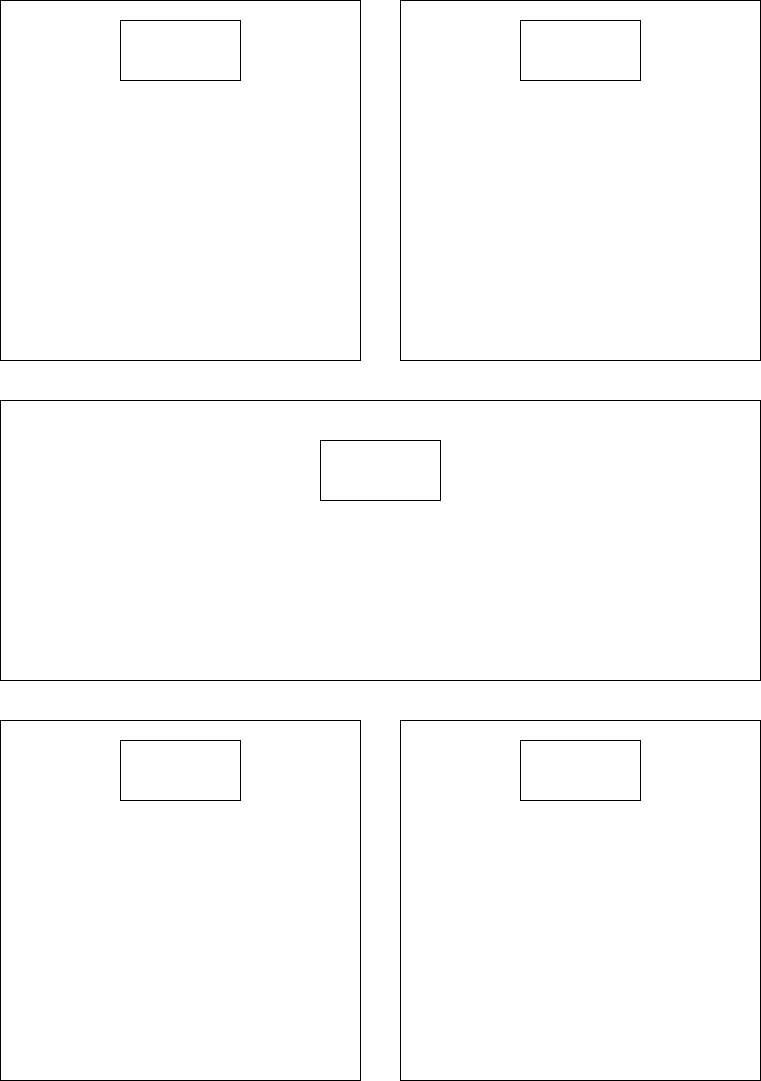
The draw.io diagram Plans/技术架构.png in 1228785484/RentHouseThing, before a commit. Source tidied: cells renumbered, new cells last; positions are measured from the earlier drawing's top-left corner, leaving out a move shared by most shapes.
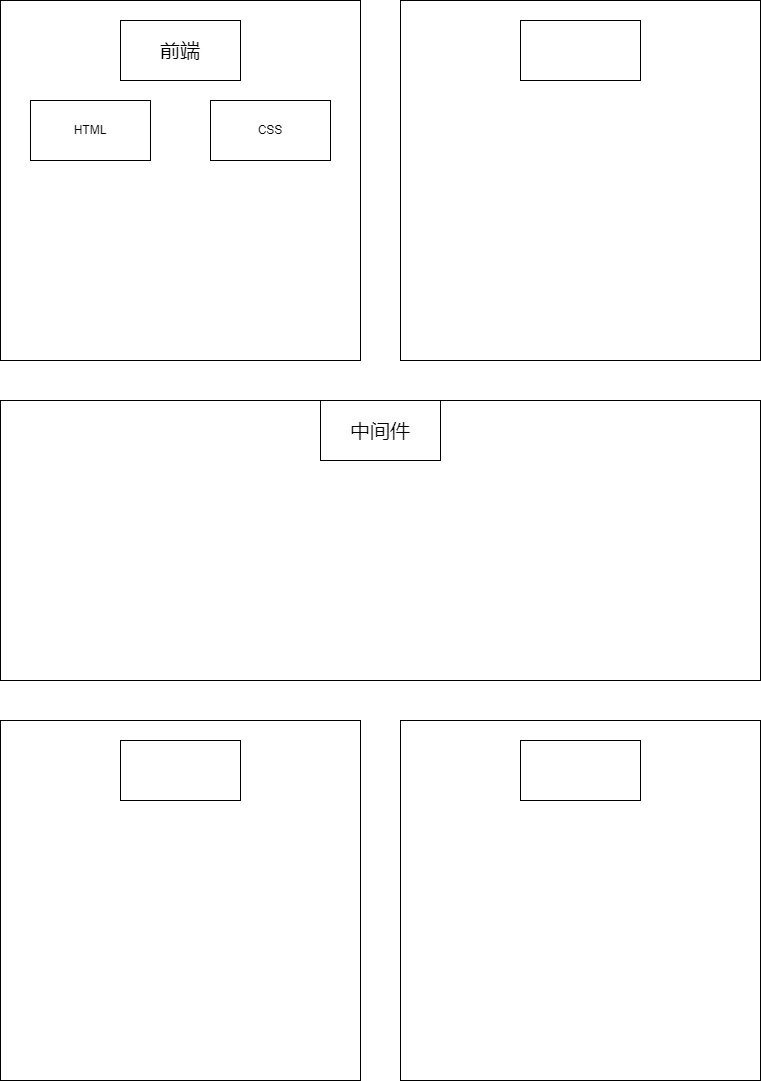
After the change.

Change to the diagram source:
```diff
@@ -20,7 +20,7 @@
     <mxCell id="7" style="whiteSpace=wrap;html=1;" parent="1" vertex="1">
       <mxGeometry width="360" height="360" as="geometry" />
     </mxCell>
-    <mxCell id="8" style="rounded=0;whiteSpace=wrap;html=1;" parent="1" vertex="1">
+    <mxCell id="8" value="&lt;font style=&quot;font-size: 20px;&quot;&gt;前端&lt;/font&gt;" style="rounded=0;whiteSpace=wrap;html=1;" parent="1" vertex="1">
       <mxGeometry x="120" y="20" width="120" height="60" as="geometry" />
     </mxCell>
     <mxCell id="9" style="whiteSpace=wrap;html=1;" parent="1" vertex="1">
@@ -29,8 +29,14 @@
     <mxCell id="10" style="rounded=0;whiteSpace=wrap;html=1;" parent="1" vertex="1">
       <mxGeometry x="520" y="20" width="120" height="60" as="geometry" />
     </mxCell>
-    <mxCell id="11" style="rounded=0;whiteSpace=wrap;html=1;" parent="1" vertex="1">
-      <mxGeometry x="320" y="440" width="120" height="60" as="geometry" />
+    <mxCell id="11" value="&lt;font style=&quot;font-size: 20px;&quot;&gt;中间件&lt;/font&gt;" style="rounded=0;whiteSpace=wrap;html=1;" parent="1" vertex="1">
+      <mxGeometry x="320" y="400" width="120" height="60" as="geometry" />
     </mxCell>
+    <mxCell id="12" value="HTML&lt;span style=&quot;color: rgba(0, 0, 0, 0); font-family: monospace; font-size: 0px; text-align: start; text-wrap: nowrap;&quot;&gt;%3CmxGraphModel%3E%3Croot%3E%3CmxCell%20id%3D%220%22%2F%3E%3CmxCell%20id%3D%221%22%20parent%3D%220%22%2F%3E%3CmxCell%20id%3D%222%22%20value%3D%22%22%20style%3D%22rounded%3D0%3BwhiteSpace%3Dwrap%3Bhtml%3D1%3B%22%20vertex%3D%221%22%20parent%3D%221%22%3E%3CmxGeometry%20x%3D%22560%22%20y%3D%2260%22%20width%3D%22120%22%20height%3D%2260%22%20as%3D%22geometry%22%2F%3E%3C%2FmxCell%3E%3C%2Froot%3E%3C%2FmxGraphModel%3E&lt;/span&gt;" style="rounded=0;whiteSpace=wrap;html=1;" parent="1" vertex="1">
+      <mxGeometry x="30" y="100" width="120" height="60" as="geometry" />
+    </mxCell>
+    <mxCell id="13" value="CSS" style="rounded=0;whiteSpace=wrap;html=1;" parent="1" vertex="1">
+      <mxGeometry x="210" y="100" width="120" height="60" as="geometry" />
+    </mxCell>
   </root>
 </mxGraphModel>
```
